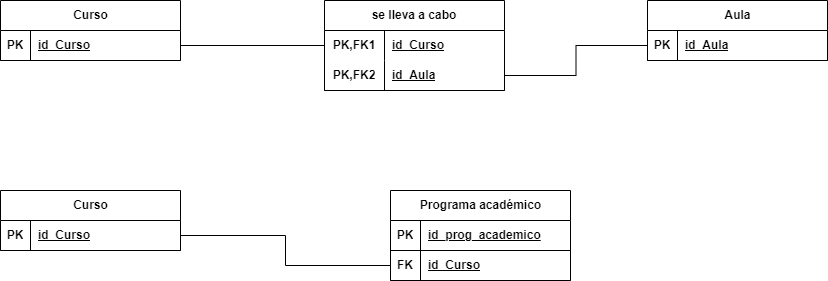
This is modelo-relacional/modelo-relacional.drawio.png from RafaelMayor/proyectoBBDD, a draw.io export, as it was before one commit. Source tidied: cells renumbered, new cells last; positions are measured from the earlier drawing's top-left corner, leaving out a move shared by most shapes.
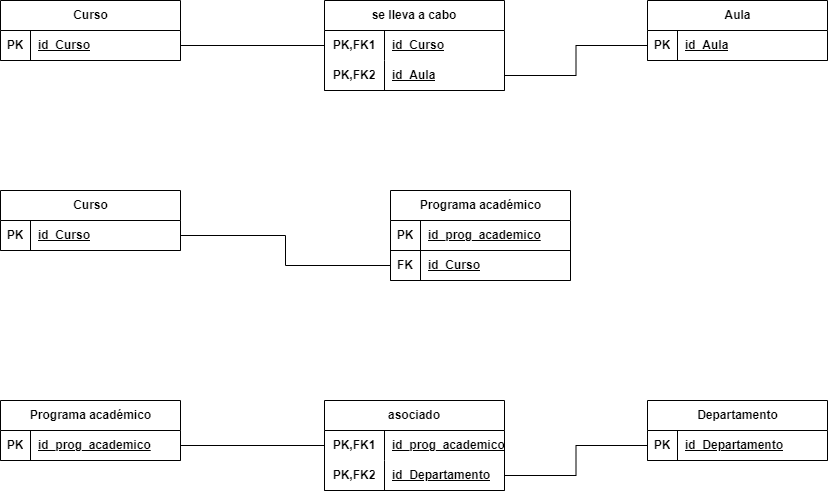
Above is the later version.

Change to the diagram source:
```diff
@@ -89,5 +89,56 @@
     <mxCell id="30" style="edgeStyle=orthogonalEdgeStyle;rounded=0;jettySize=auto;html=1;entryX=0;entryY=0.5;entryDx=0;entryDy=0;endArrow=none;endFill=0;" parent="1" edge="1" source="20" target="27">
       <mxGeometry relative="1" as="geometry" />
     </mxCell>
+    <mxCell id="31" value="Programa académico" style="shape=table;startSize=30;rowLines=0;fontStyle=1;align=center;html=1;" parent="1" vertex="1">
+      <mxGeometry y="400" width="180" height="60" as="geometry" />
+    </mxCell>
+    <mxCell id="32" style="shape=tableRow;horizontal=0;startSize=0;swimlaneHead=0;swimlaneBody=0;fillColor=none;points=[[0,0.5],[1,0.5]];portConstraint=eastwest;top=0;left=0;right=0;bottom=1;" parent="31" vertex="1">
+      <mxGeometry y="30" width="180" height="30" as="geometry" />
+    </mxCell>
+    <mxCell id="33" value="PK" style="shape=partialRectangle;fillColor=none;top=0;left=0;bottom=0;right=0;fontStyle=1;overflow=hidden;whiteSpace=wrap;html=1;" parent="32" vertex="1">
+      <mxGeometry width="30" height="30" as="geometry" />
+    </mxCell>
+    <mxCell id="34" value="id_prog_academico" style="shape=partialRectangle;fillColor=none;top=0;left=0;bottom=0;right=0;align=left;spacingLeft=6;fontStyle=5;overflow=hidden;whiteSpace=wrap;html=1;" parent="32" vertex="1">
+      <mxGeometry x="30" width="150" height="30" as="geometry" />
+    </mxCell>
+    <mxCell id="35" value="asociado" style="shape=table;startSize=30;rowLines=0;fontStyle=1;align=center;html=1;whiteSpace=wrap;" parent="1" vertex="1">
+      <mxGeometry x="324" y="400" width="180" height="90" as="geometry" />
+    </mxCell>
+    <mxCell id="36" style="shape=tableRow;horizontal=0;startSize=0;swimlaneHead=0;swimlaneBody=0;fillColor=none;points=[[0,0.5],[1,0.5]];portConstraint=eastwest;top=0;left=0;right=0;bottom=0;html=1;" parent="35" vertex="1">
+      <mxGeometry y="30" width="180" height="30" as="geometry" />
+    </mxCell>
+    <mxCell id="37" value="PK,FK1" style="shape=partialRectangle;fillColor=none;top=0;left=0;bottom=0;right=0;fontStyle=1;overflow=hidden;html=1;whiteSpace=wrap;" parent="36" vertex="1">
+      <mxGeometry width="60" height="30" as="geometry" />
+    </mxCell>
+    <mxCell id="38" value="id_prog_academico" style="shape=partialRectangle;fillColor=none;top=0;left=0;bottom=0;right=0;align=left;spacingLeft=6;fontStyle=5;overflow=hidden;html=1;whiteSpace=wrap;" parent="36" vertex="1">
+      <mxGeometry x="60" width="120" height="30" as="geometry" />
+    </mxCell>
+    <mxCell id="39" style="shape=tableRow;horizontal=0;startSize=0;swimlaneHead=0;swimlaneBody=0;fillColor=none;points=[[0,0.5],[1,0.5]];portConstraint=eastwest;top=0;left=0;right=0;bottom=1;html=1;" parent="35" vertex="1">
+      <mxGeometry y="60" width="180" height="30" as="geometry" />
+    </mxCell>
+    <mxCell id="40" value="PK,FK2" style="shape=partialRectangle;fillColor=none;top=0;left=0;bottom=0;right=0;fontStyle=1;overflow=hidden;html=1;whiteSpace=wrap;" parent="39" vertex="1">
+      <mxGeometry width="60" height="30" as="geometry" />
+    </mxCell>
+    <mxCell id="41" value="id_Departamento" style="shape=partialRectangle;fillColor=none;top=0;left=0;bottom=0;right=0;align=left;spacingLeft=6;fontStyle=5;overflow=hidden;html=1;whiteSpace=wrap;" parent="39" vertex="1">
+      <mxGeometry x="60" width="120" height="30" as="geometry" />
+    </mxCell>
+    <mxCell id="42" value="Departamento" style="shape=table;startSize=30;rowLines=0;fontStyle=1;align=center;html=1;" parent="1" vertex="1">
+      <mxGeometry x="647" y="400" width="180" height="60" as="geometry" />
+    </mxCell>
+    <mxCell id="43" style="shape=tableRow;horizontal=0;startSize=0;swimlaneHead=0;swimlaneBody=0;fillColor=none;points=[[0,0.5],[1,0.5]];portConstraint=eastwest;top=0;left=0;right=0;bottom=1;" parent="42" vertex="1">
+      <mxGeometry y="30" width="180" height="30" as="geometry" />
+    </mxCell>
+    <mxCell id="44" value="PK" style="shape=partialRectangle;fillColor=none;top=0;left=0;bottom=0;right=0;fontStyle=1;overflow=hidden;whiteSpace=wrap;html=1;" parent="43" vertex="1">
+      <mxGeometry width="30" height="30" as="geometry" />
+    </mxCell>
+    <mxCell id="45" value="id_Departamento" style="shape=partialRectangle;fillColor=none;top=0;left=0;bottom=0;right=0;align=left;spacingLeft=6;fontStyle=5;overflow=hidden;whiteSpace=wrap;html=1;" parent="43" vertex="1">
+      <mxGeometry x="30" width="150" height="30" as="geometry" />
+    </mxCell>
+    <mxCell id="46" style="edgeStyle=orthogonalEdgeStyle;rounded=0;jettySize=auto;html=1;entryX=0;entryY=0.5;entryDx=0;entryDy=0;endArrow=none;endFill=0;" parent="1" edge="1" source="32" target="36">
+      <mxGeometry relative="1" as="geometry" />
+    </mxCell>
+    <mxCell id="47" style="edgeStyle=orthogonalEdgeStyle;rounded=0;jettySize=auto;html=1;entryX=0;entryY=0.5;entryDx=0;entryDy=0;endArrow=none;endFill=0;" parent="1" edge="1" source="39" target="43">
+      <mxGeometry relative="1" as="geometry" />
+    </mxCell>
   </root>
 </mxGraphModel>
```
